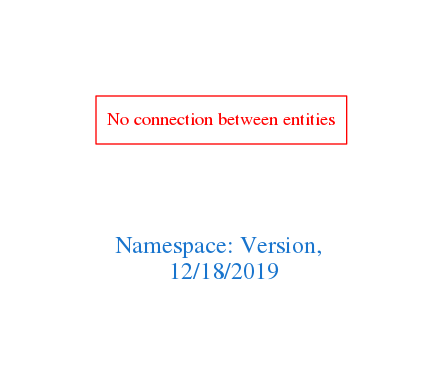
The Graphviz diagram downloads/Version.png in arago/OGIT, before a commit. Its source is kept beside it as downloads/Version.dot.
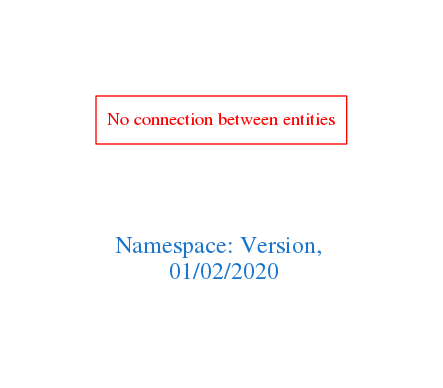
After the change.

The edit, as a diff of the source:
```diff
@@ -1,7 +1,7 @@
 digraph OGIT_ontology {
  graph [ rankdir= LR,pad=1
 fontsize = 18,
-fontcolor= dodgerblue3,label = "\n\n\nNamespace: Version, \n 12/18/2019"];
+fontcolor= dodgerblue3,label = "\n\n\nNamespace: Version, \n 01/02/2020"];
 node[shape=polygon];
 edge [  color="gray81"];
 
```
